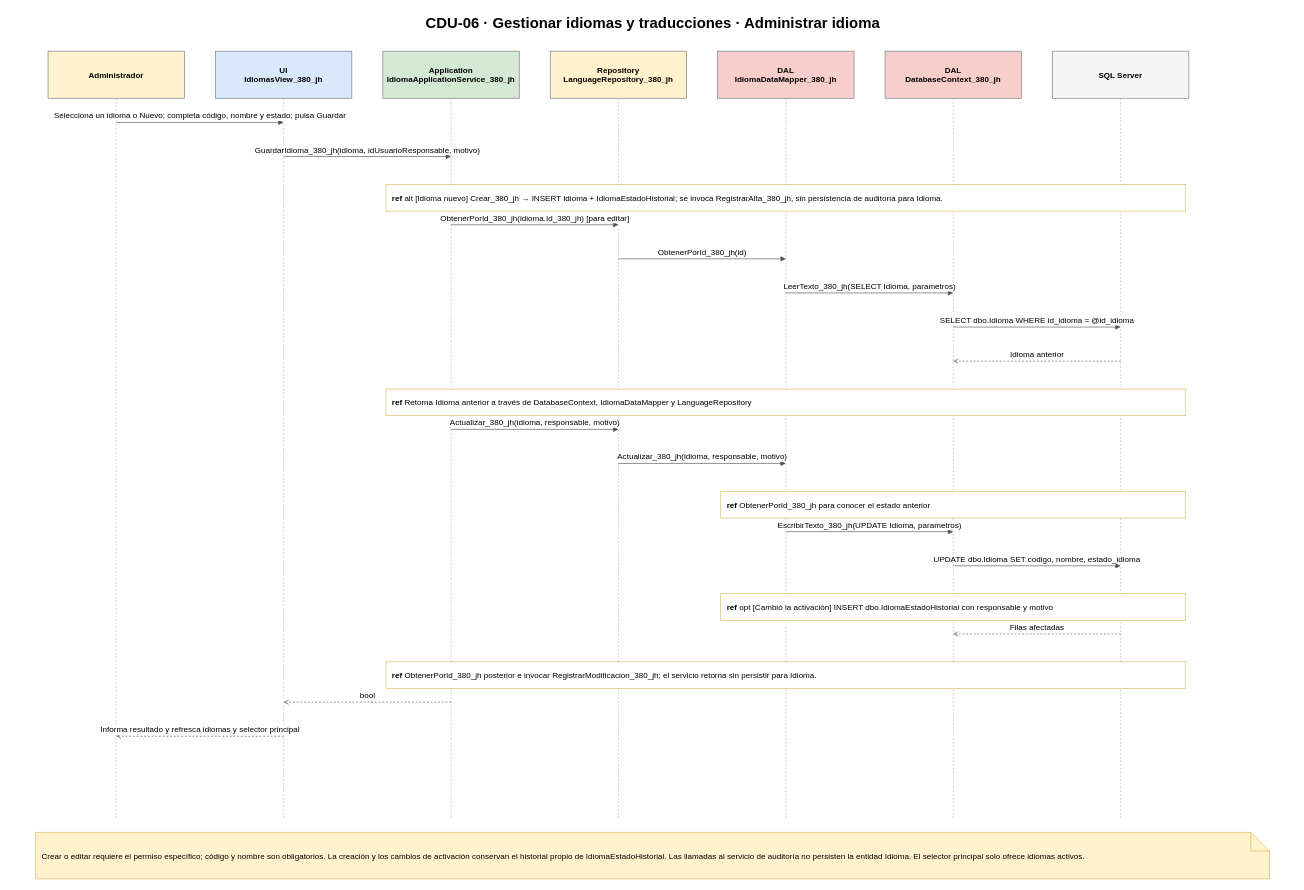
This is page 2 of 3 of Diagramas/Diagramas de Secuencia/CDU-06 - Gestión de idiomas y traducciones - Secuencia.drawio from juanNH/Ingenieria-de-Software, a draw.io file, before an edit. Source tidied: cells renumbered, new cells numbered last; positions are measured from the earlier drawing's top-left corner, leaving out a move shared by most shapes. Both pictures are drawn from the tidied source at 62%, with x=0, y=0 at pixel (11, 11).
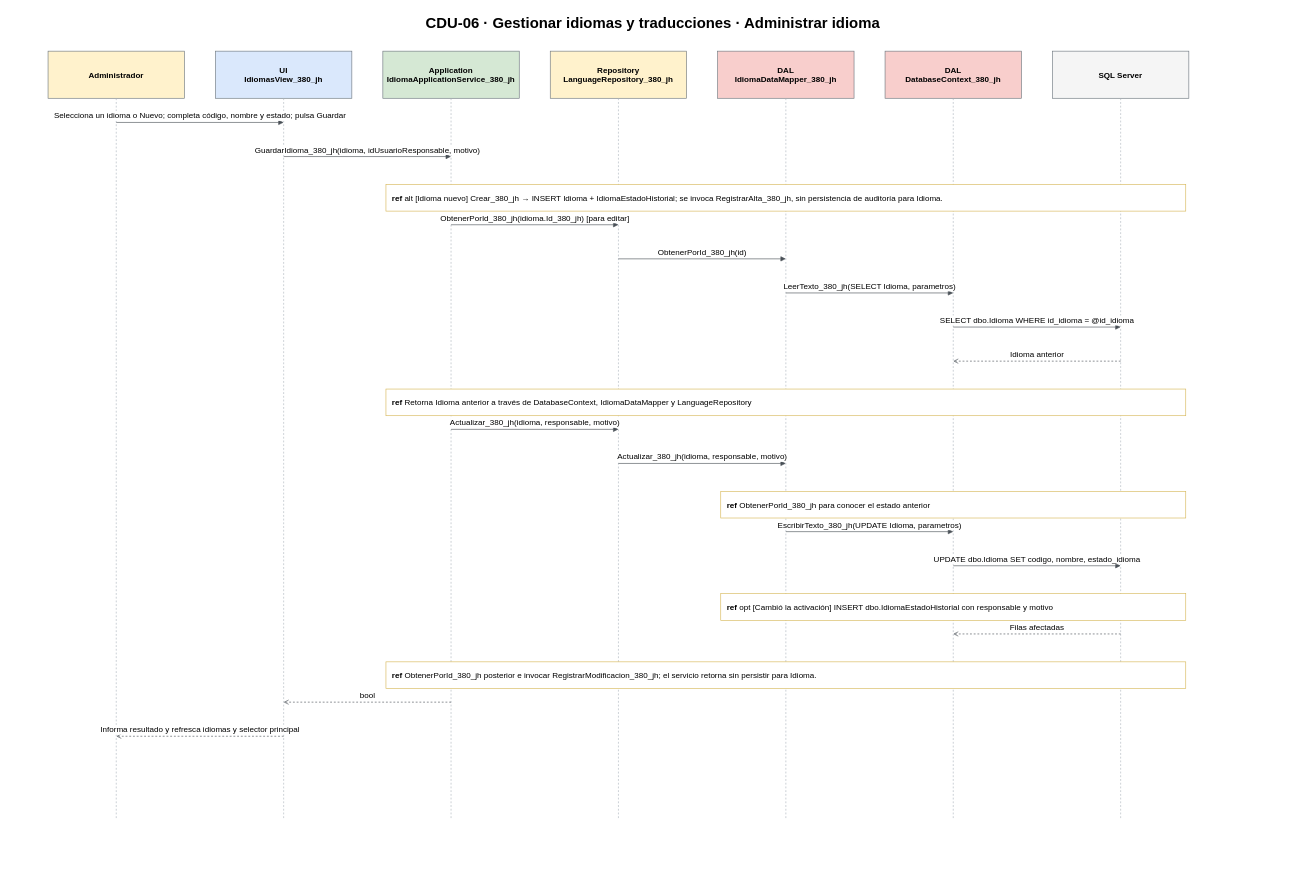
After the change.

Change to the diagram source:
```diff
@@
-    <mxCell id="36" value="Crear o editar requiere el permiso específico; código y nombre son obligatorios. La creación y los cambios de activación conservan el historial propio de IdiomaEstadoHistorial. Las llamadas al servicio de auditoría no persisten la entidad Idioma. El selector principal solo ofrece idiomas activos." style="shape=note;whiteSpace=wrap;html=1;fillColor=#fff2cc;strokeColor=#d6b656;fontSize=13;fontFamily=Arial;align=left;spacing=10;" parent="1" vertex="1">
-      <mxGeometry x="40" y="1325" width="1990" height="75" as="geometry" />
-    </mxCell>
```
